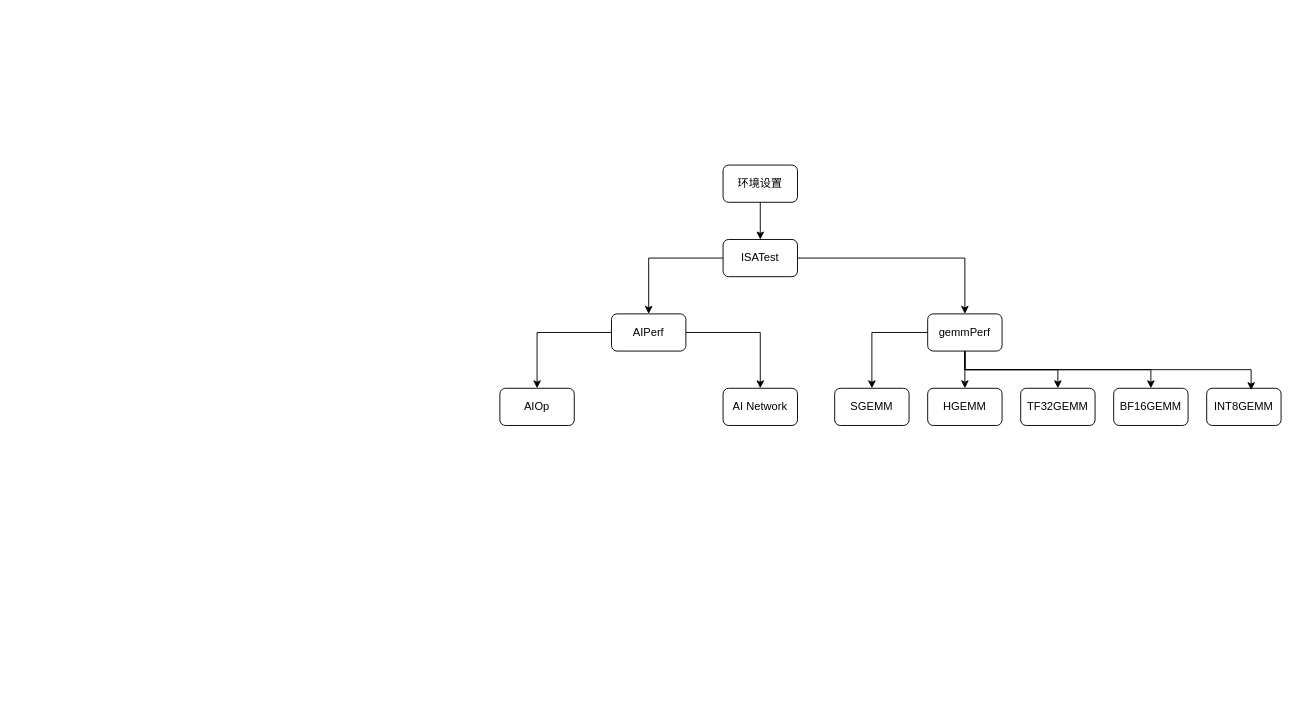
The draw.io diagram Bringup.drawio in zjunweihit/drawio, before the edit. Source tidied: cells renumbered, new cells numbered last; positions are measured from the earlier drawing's top-left corner, leaving out a move shared by most shapes. Both pictures are drawn from the tidied source at 93%, with x=0, y=0 at pixel (499, 165).
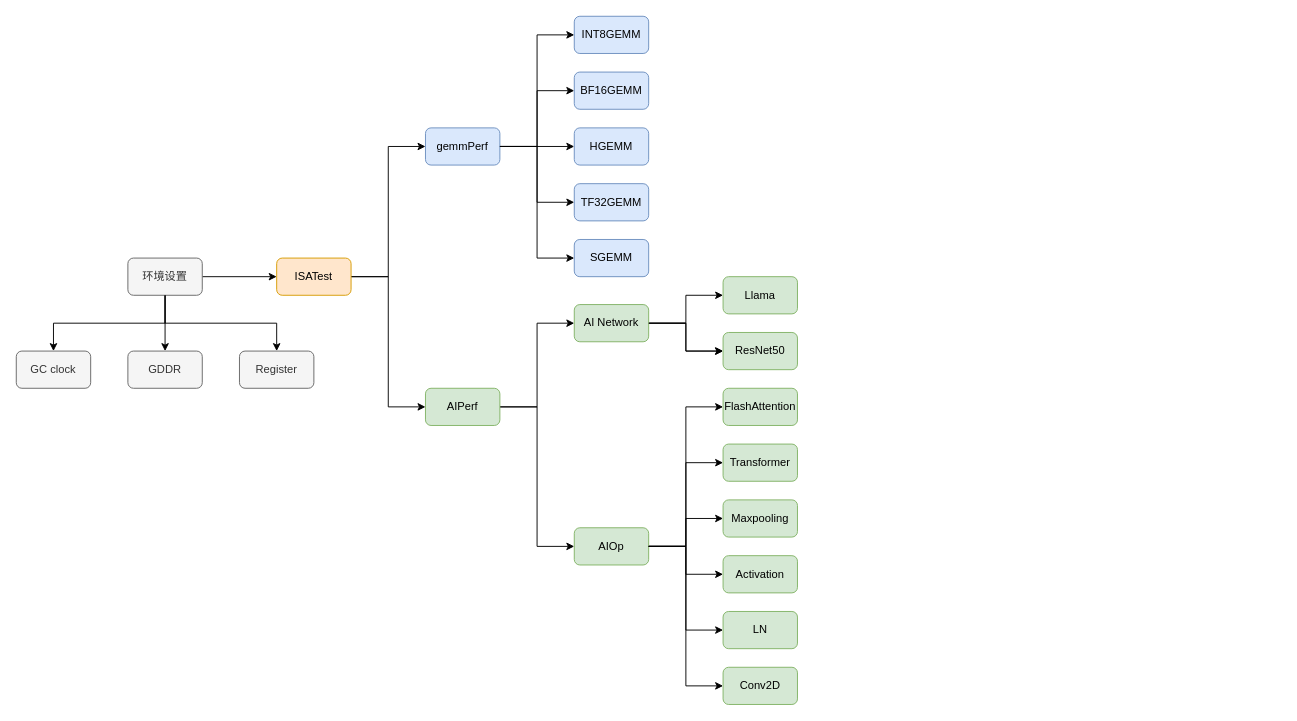
After the change.

Diff of the diagram source:
```diff
@@
+    <mxCell id="23" style="edgeStyle=orthogonalEdgeStyle;rounded=0;jettySize=auto;html=1;exitX=0.5;exitY=1;exitDx=0;exitDy=0;" parent="1" edge="1" source="3" target="41">
+      <mxGeometry relative="1" as="geometry" />
+    </mxCell>
-    <mxCell id="3" value="环境设置" style="rounded=1;whiteSpace=wrap;html=1;" parent="1" vertex="1">
-      <mxGeometry x="240" width="80" height="40" as="geometry" />
+    <mxCell id="3" value="环境设置" style="rounded=1;whiteSpace=wrap;html=1;fillColor=#f5f5f5;fontColor=#333333;strokeColor=#666666;" parent="1" vertex="1">
+      <mxGeometry x="-400" y="100" width="80" height="40" as="geometry" />
     </mxCell>
-    <mxCell id="4" style="edgeStyle=orthogonalEdgeStyle;rounded=0;jettySize=auto;html=1;" parent="1" edge="1" source="6" target="9">
+    <mxCell id="4" style="edgeStyle=orthogonalEdgeStyle;rounded=0;jettySize=auto;html=1;entryX=0;entryY=0.5;entryDx=0;entryDy=0;" parent="1" edge="1" source="6" target="9">
       <mxGeometry relative="1" as="geometry" />
     </mxCell>
-    <mxCell id="5" style="edgeStyle=orthogonalEdgeStyle;rounded=0;jettySize=auto;html=1;" parent="1" edge="1" source="6" target="13">
+    <mxCell id="5" style="edgeStyle=orthogonalEdgeStyle;rounded=0;jettySize=auto;html=1;entryX=0;entryY=0.5;entryDx=0;entryDy=0;" parent="1" edge="1" source="6" target="13">
       <mxGeometry relative="1" as="geometry" />
     </mxCell>
-    <mxCell id="6" value="ISATest" style="rounded=1;whiteSpace=wrap;html=1;" parent="1" vertex="1">
-      <mxGeometry x="240" y="80" width="80" height="40" as="geometry" />
+    <mxCell id="6" value="ISATest" style="rounded=1;whiteSpace=wrap;html=1;fillColor=#ffe6cc;strokeColor=#d79b00;" parent="1" vertex="1">
+      <mxGeometry x="-240" y="100" width="80" height="40" as="geometry" />
     </mxCell>
-    <mxCell id="7" style="edgeStyle=orthogonalEdgeStyle;rounded=0;jettySize=auto;html=1;" parent="1" edge="1" source="9" target="14">
+    <mxCell id="7" style="edgeStyle=orthogonalEdgeStyle;rounded=0;jettySize=auto;html=1;exitX=1;exitY=0.5;exitDx=0;exitDy=0;entryX=0;entryY=0.5;entryDx=0;entryDy=0;" parent="1" edge="1" source="9" target="14">
       <mxGeometry relative="1" as="geometry" />
     </mxCell>
-    <mxCell id="8" style="edgeStyle=orthogonalEdgeStyle;rounded=0;jettySize=auto;html=1;" parent="1" edge="1" source="9" target="15">
+    <mxCell id="8" style="edgeStyle=orthogonalEdgeStyle;rounded=0;jettySize=auto;html=1;exitX=1;exitY=0.5;exitDx=0;exitDy=0;entryX=0;entryY=0.5;entryDx=0;entryDy=0;" parent="1" edge="1" source="9" target="15">
       <mxGeometry relative="1" as="geometry" />
     </mxCell>
-    <mxCell id="9" value="AIPerf" style="rounded=1;whiteSpace=wrap;html=1;" parent="1" vertex="1">
-      <mxGeometry x="120" y="160" width="80" height="40" as="geometry" />
+    <mxCell id="9" value="AIPerf" style="rounded=1;whiteSpace=wrap;html=1;fillColor=#d5e8d4;strokeColor=#82b366;" parent="1" vertex="1">
+      <mxGeometry x="-80" y="240" width="80" height="40" as="geometry" />
     </mxCell>
-    <mxCell id="10" style="edgeStyle=orthogonalEdgeStyle;rounded=0;jettySize=auto;html=1;" parent="1" edge="1" source="13" target="16">
+    <mxCell id="10" style="edgeStyle=orthogonalEdgeStyle;rounded=0;jettySize=auto;html=1;exitX=1;exitY=0.5;exitDx=0;exitDy=0;entryX=0;entryY=0.5;entryDx=0;entryDy=0;" parent="1" edge="1" source="13" target="16">
       <mxGeometry relative="1" as="geometry" />
     </mxCell>
-    <mxCell id="11" style="edgeStyle=orthogonalEdgeStyle;rounded=0;jettySize=auto;html=1;" parent="1" edge="1" source="13" target="17">
+    <mxCell id="11" style="edgeStyle=orthogonalEdgeStyle;rounded=0;jettySize=auto;html=1;exitX=1;exitY=0.5;exitDx=0;exitDy=0;entryX=0;entryY=0.5;entryDx=0;entryDy=0;" parent="1" edge="1" source="13" target="17">
       <mxGeometry relative="1" as="geometry" />
     </mxCell>
-    <mxCell id="12" style="edgeStyle=orthogonalEdgeStyle;rounded=0;jettySize=auto;html=1;exitX=0.5;exitY=1;exitDx=0;exitDy=0;" parent="1" edge="1" source="13" target="20">
+    <mxCell id="12" style="edgeStyle=orthogonalEdgeStyle;rounded=0;jettySize=auto;html=1;exitX=1;exitY=0.5;exitDx=0;exitDy=0;entryX=0;entryY=0.5;entryDx=0;entryDy=0;" parent="1" edge="1" source="13" target="20">
       <mxGeometry relative="1" as="geometry" />
     </mxCell>
-    <mxCell id="13" value="gemmPerf" style="rounded=1;whiteSpace=wrap;html=1;" parent="1" vertex="1">
-      <mxGeometry x="460" y="160" width="80" height="40" as="geometry" />
+    <mxCell id="13" value="gemmPerf" style="rounded=1;whiteSpace=wrap;html=1;fillColor=#dae8fc;strokeColor=#6c8ebf;" parent="1" vertex="1">
+      <mxGeometry x="-80" y="-40" width="80" height="40" as="geometry" />
     </mxCell>
+    <mxCell id="24" style="edgeStyle=orthogonalEdgeStyle;rounded=0;jettySize=auto;html=1;exitX=1;exitY=0.5;exitDx=0;exitDy=0;entryX=0;entryY=0.5;entryDx=0;entryDy=0;" parent="1" edge="1" source="14" target="28">
+      <mxGeometry relative="1" as="geometry" />
+    </mxCell>
+    <mxCell id="25" style="edgeStyle=orthogonalEdgeStyle;rounded=0;jettySize=auto;html=1;exitX=1;exitY=0.5;exitDx=0;exitDy=0;entryX=0;entryY=0.5;entryDx=0;entryDy=0;" parent="1" edge="1" source="14" target="29">
+      <mxGeometry relative="1" as="geometry" />
+    </mxCell>
-    <mxCell id="14" value="AIOp" style="rounded=1;whiteSpace=wrap;html=1;" parent="1" vertex="1">
-      <mxGeometry y="240" width="80" height="40" as="geometry" />
+    <mxCell id="14" value="AIOp" style="rounded=1;whiteSpace=wrap;html=1;fillColor=#d5e8d4;strokeColor=#82b366;" parent="1" vertex="1">
+      <mxGeometry x="80" y="390" width="80" height="40" as="geometry" />
     </mxCell>
+    <mxCell id="26" style="edgeStyle=orthogonalEdgeStyle;rounded=0;jettySize=auto;html=1;" parent="1" edge="1" source="15" target="38">
+      <mxGeometry relative="1" as="geometry" />
+    </mxCell>
+    <mxCell id="27" style="edgeStyle=orthogonalEdgeStyle;rounded=0;jettySize=auto;html=1;" parent="1" edge="1" source="15" target="38">
+      <mxGeometry relative="1" as="geometry" />
+    </mxCell>
-    <mxCell id="15" value="AI Network" style="rounded=1;whiteSpace=wrap;html=1;" parent="1" vertex="1">
-      <mxGeometry x="240" y="240" width="80" height="40" as="geometry" />
+    <mxCell id="15" value="AI Network" style="rounded=1;whiteSpace=wrap;html=1;fillColor=#d5e8d4;strokeColor=#82b366;" parent="1" vertex="1">
+      <mxGeometry x="80" y="150" width="80" height="40" as="geometry" />
     </mxCell>
-    <mxCell id="16" value="SGEMM" style="rounded=1;whiteSpace=wrap;html=1;" parent="1" vertex="1">
-      <mxGeometry x="360" y="240" width="80" height="40" as="geometry" />
+    <mxCell id="16" value="SGEMM" style="rounded=1;whiteSpace=wrap;html=1;fillColor=#dae8fc;strokeColor=#6c8ebf;" parent="1" vertex="1">
+      <mxGeometry x="80" y="80" width="80" height="40" as="geometry" />
     </mxCell>
-    <mxCell id="17" value="HGEMM" style="rounded=1;whiteSpace=wrap;html=1;" parent="1" vertex="1">
-      <mxGeometry x="460" y="240" width="80" height="40" as="geometry" />
+    <mxCell id="17" value="HGEMM" style="rounded=1;whiteSpace=wrap;html=1;fillColor=#dae8fc;strokeColor=#6c8ebf;" parent="1" vertex="1">
+      <mxGeometry x="80" y="-40" width="80" height="40" as="geometry" />
     </mxCell>
-    <mxCell id="18" style="edgeStyle=orthogonalEdgeStyle;rounded=0;jettySize=auto;html=1;exitX=0.5;exitY=1;exitDx=0;exitDy=0;entryX=0.5;entryY=0;entryDx=0;entryDy=0;" parent="1" edge="1" source="13" target="19">
+    <mxCell id="18" style="edgeStyle=orthogonalEdgeStyle;rounded=0;jettySize=auto;html=1;exitX=1;exitY=0.5;exitDx=0;exitDy=0;entryX=0;entryY=0.5;entryDx=0;entryDy=0;" parent="1" edge="1" source="13" target="19">
       <mxGeometry relative="1" as="geometry" />
     </mxCell>
-    <mxCell id="19" value="TF32GEMM" style="rounded=1;whiteSpace=wrap;html=1;" parent="1" vertex="1">
-      <mxGeometry x="560" y="240" width="80" height="40" as="geometry" />
+    <mxCell id="19" value="TF32GEMM" style="rounded=1;whiteSpace=wrap;html=1;fillColor=#dae8fc;strokeColor=#6c8ebf;" parent="1" vertex="1">
+      <mxGeometry x="80" y="20" width="80" height="40" as="geometry" />
     </mxCell>
-    <mxCell id="20" value="BF16GEMM" style="rounded=1;whiteSpace=wrap;html=1;" parent="1" vertex="1">
-      <mxGeometry x="660" y="240" width="80" height="40" as="geometry" />
+    <mxCell id="20" value="BF16GEMM" style="rounded=1;whiteSpace=wrap;html=1;fillColor=#dae8fc;strokeColor=#6c8ebf;" parent="1" vertex="1">
+      <mxGeometry x="80" y="-100" width="80" height="40" as="geometry" />
     </mxCell>
-    <mxCell id="21" value="INT8GEMM" style="rounded=1;whiteSpace=wrap;html=1;" parent="1" vertex="1">
-      <mxGeometry x="760" y="240" width="80" height="40" as="geometry" />
+    <mxCell id="21" value="INT8GEMM" style="rounded=1;whiteSpace=wrap;html=1;fillColor=#dae8fc;strokeColor=#6c8ebf;" parent="1" vertex="1">
+      <mxGeometry x="80" y="-160" width="80" height="40" as="geometry" />
     </mxCell>
-    <mxCell id="22" style="edgeStyle=orthogonalEdgeStyle;rounded=0;jettySize=auto;html=1;exitX=0.5;exitY=1;exitDx=0;exitDy=0;entryX=0.598;entryY=0.05;entryDx=0;entryDy=0;entryPerimeter=0;" parent="1" edge="1" source="13" target="21">
+    <mxCell id="22" style="edgeStyle=orthogonalEdgeStyle;rounded=0;jettySize=auto;html=1;exitX=1;exitY=0.5;exitDx=0;exitDy=0;entryX=0;entryY=0.5;entryDx=0;entryDy=0;" parent="1" edge="1" source="13" target="21">
       <mxGeometry relative="1" as="geometry" />
     </mxCell>
+    <mxCell id="28" value="Conv2D" style="rounded=1;whiteSpace=wrap;html=1;fillColor=#d5e8d4;strokeColor=#82b366;" parent="1" vertex="1">
+      <mxGeometry x="240" y="540" width="80" height="40" as="geometry" />
+    </mxCell>
+    <mxCell id="29" value="Maxpooling" style="rounded=1;whiteSpace=wrap;html=1;fillColor=#d5e8d4;strokeColor=#82b366;" parent="1" vertex="1">
+      <mxGeometry x="240" y="360" width="80" height="40" as="geometry" />
+    </mxCell>
+    <mxCell id="30" value="LN" style="rounded=1;whiteSpace=wrap;html=1;fillColor=#d5e8d4;strokeColor=#82b366;" parent="1" vertex="1">
+      <mxGeometry x="240" y="480" width="80" height="40" as="geometry" />
+    </mxCell>
+    <mxCell id="31" value="Activation" style="rounded=1;whiteSpace=wrap;html=1;fillColor=#d5e8d4;strokeColor=#82b366;" parent="1" vertex="1">
+      <mxGeometry x="240" y="420" width="80" height="40" as="geometry" />
+    </mxCell>
+    <mxCell id="32" style="edgeStyle=orthogonalEdgeStyle;rounded=0;jettySize=auto;html=1;exitX=1;exitY=0.5;exitDx=0;exitDy=0;entryX=0;entryY=0.5;entryDx=0;entryDy=0;" parent="1" edge="1" source="14" target="30">
+      <mxGeometry relative="1" as="geometry" />
+    </mxCell>
+    <mxCell id="33" style="edgeStyle=orthogonalEdgeStyle;rounded=0;jettySize=auto;html=1;exitX=1;exitY=0.5;exitDx=0;exitDy=0;entryX=0;entryY=0.5;entryDx=0;entryDy=0;" parent="1" edge="1" source="14" target="31">
+      <mxGeometry relative="1" as="geometry" />
+    </mxCell>
+    <mxCell id="34" value="Transformer" style="rounded=1;whiteSpace=wrap;html=1;fillColor=#d5e8d4;strokeColor=#82b366;" parent="1" vertex="1">
+      <mxGeometry x="240" y="300" width="80" height="40" as="geometry" />
+    </mxCell>
+    <mxCell id="35" value="FlashAttention" style="rounded=1;whiteSpace=wrap;html=1;fillColor=#d5e8d4;strokeColor=#82b366;" parent="1" vertex="1">
+      <mxGeometry x="240" y="240" width="80" height="40" as="geometry" />
+    </mxCell>
+    <mxCell id="36" style="edgeStyle=orthogonalEdgeStyle;rounded=0;jettySize=auto;html=1;exitX=1;exitY=0.5;exitDx=0;exitDy=0;entryX=0;entryY=0.5;entryDx=0;entryDy=0;" parent="1" edge="1" source="14" target="34">
+      <mxGeometry relative="1" as="geometry" />
+    </mxCell>
+    <mxCell id="37" style="edgeStyle=orthogonalEdgeStyle;rounded=0;jettySize=auto;html=1;exitX=1;exitY=0.5;exitDx=0;exitDy=0;entryX=0;entryY=0.5;entryDx=0;entryDy=0;" parent="1" edge="1" source="14" target="35">
+      <mxGeometry relative="1" as="geometry" />
+    </mxCell>
+    <mxCell id="38" value="ResNet50" style="rounded=1;whiteSpace=wrap;html=1;fillColor=#d5e8d4;strokeColor=#82b366;" parent="1" vertex="1">
+      <mxGeometry x="240" y="180" width="80" height="40" as="geometry" />
+    </mxCell>
+    <mxCell id="39" value="Llama" style="rounded=1;whiteSpace=wrap;html=1;fillColor=#d5e8d4;strokeColor=#82b366;" parent="1" vertex="1">
+      <mxGeometry x="240" y="120" width="80" height="40" as="geometry" />
+    </mxCell>
+    <mxCell id="40" style="edgeStyle=orthogonalEdgeStyle;rounded=0;jettySize=auto;html=1;exitX=1;exitY=0.5;exitDx=0;exitDy=0;entryX=0;entryY=0.5;entryDx=0;entryDy=0;" parent="1" edge="1" source="15" target="39">
+      <mxGeometry relative="1" as="geometry" />
+    </mxCell>
+    <mxCell id="41" value="GC clock" style="rounded=1;whiteSpace=wrap;html=1;fillColor=#f5f5f5;fontColor=#333333;strokeColor=#666666;" parent="1" vertex="1">
+      <mxGeometry x="-520" y="200" width="80" height="40" as="geometry" />
+    </mxCell>
+    <mxCell id="42" value="GDDR" style="rounded=1;whiteSpace=wrap;html=1;fillColor=#f5f5f5;fontColor=#333333;strokeColor=#666666;" parent="1" vertex="1">
+      <mxGeometry x="-400" y="200" width="80" height="40" as="geometry" />
+    </mxCell>
+    <mxCell id="43" value="Register" style="rounded=1;whiteSpace=wrap;html=1;fillColor=#f5f5f5;fontColor=#333333;strokeColor=#666666;" parent="1" vertex="1">
+      <mxGeometry x="-280" y="200" width="80" height="40" as="geometry" />
+    </mxCell>
+    <mxCell id="44" style="edgeStyle=orthogonalEdgeStyle;rounded=0;jettySize=auto;html=1;exitX=0.5;exitY=1;exitDx=0;exitDy=0;entryX=0.5;entryY=0;entryDx=0;entryDy=0;" parent="1" edge="1" source="3" target="42">
+      <mxGeometry relative="1" as="geometry" />
+    </mxCell>
+    <mxCell id="45" style="edgeStyle=orthogonalEdgeStyle;rounded=0;jettySize=auto;html=1;exitX=0.5;exitY=1;exitDx=0;exitDy=0;" parent="1" edge="1" source="3" target="43">
+      <mxGeometry relative="1" as="geometry" />
+    </mxCell>
```
